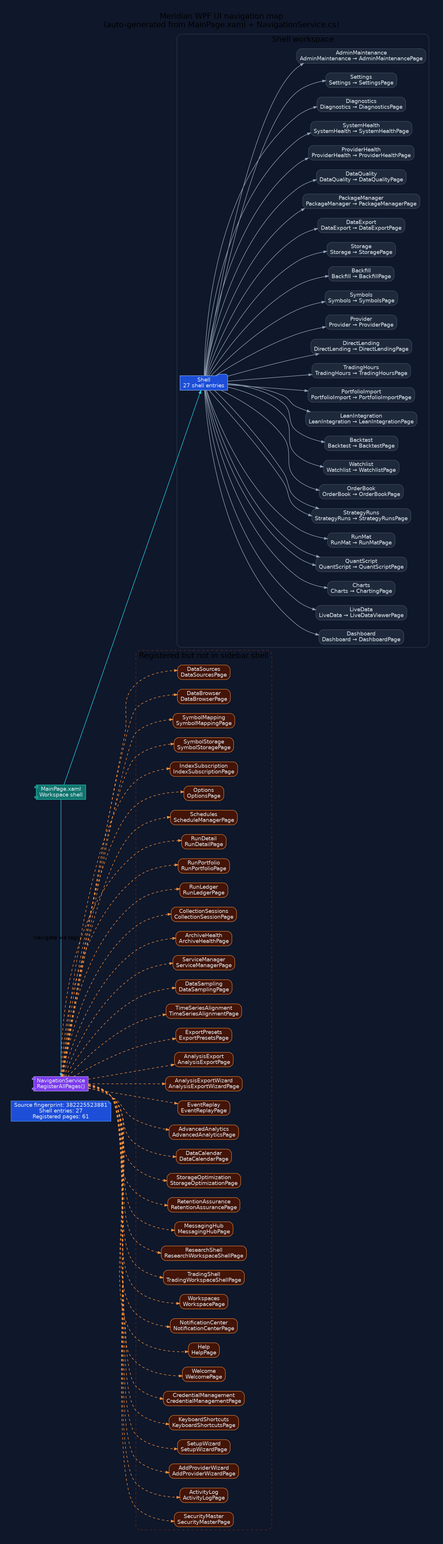
Before: docs/diagrams/ui-navigation-map.png, a diagram exported from Graphviz (rodoHasArrived/Meridian-main). Its source is kept beside it as docs/diagrams/ui-navigation-map.dot.
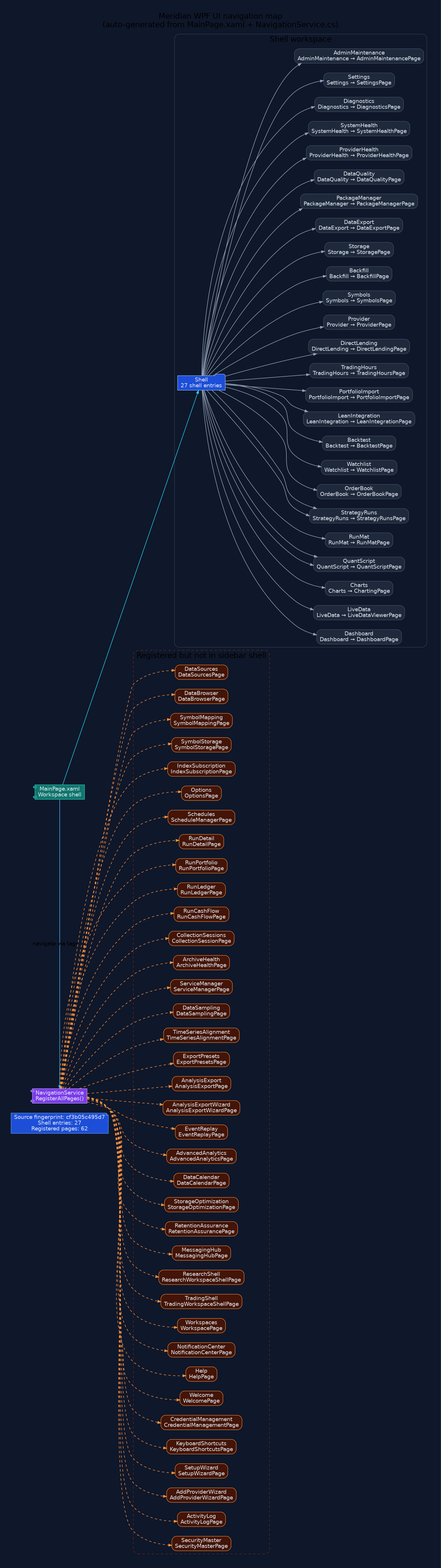
Later version of the same file.

What changed in the source:
```diff
@@ -13,7 +13,7 @@
   node [fontname="Segoe UI", shape=box, style="rounded,filled", color="#475569", fontcolor="#e2e8f0", fillcolor="#1e293b"];
   edge [fontname="Segoe UI", color="#94a3b8", penwidth=1.3, arrowsize=0.8];
 
-  generated [shape=note, fillcolor="#1d4ed8", color="#60a5fa", label="Source fingerprint: 382225523881\nShell entries: 27\nRegistered pages: 61"];
+  generated [shape=note, fillcolor="#1d4ed8", color="#60a5fa", label="Source fingerprint: cf3b05c495d7\nShell entries: 27\nRegistered pages: 62"];
   shell [shape=component, fillcolor="#0f766e", color="#2dd4bf", label="MainPage.xaml\nWorkspace shell"];
   navigation [shape=component, fillcolor="#7c3aed", color="#c4b5fd", label="NavigationService\nRegisterAllPages()"];
   shell -> navigation [label="navigate via tags", color="#38bdf8"];
@@ -104,6 +104,8 @@
     navigation -> hidden_RunPortfolio [style=dashed, color="#fb923c"];
     hidden_RunLedger [label="RunLedger\nRunLedgerPage", fillcolor="#431407", color="#fb923c"];
     navigation -> hidden_RunLedger [style=dashed, color="#fb923c"];
+    hidden_RunCashFlow [label="RunCashFlow\nRunCashFlowPage", fillcolor="#431407", color="#fb923c"];
+    navigation -> hidden_RunCashFlow [style=dashed, color="#fb923c"];
     hidden_CollectionSessions [label="CollectionSessions\nCollectionSessionPage", fillcolor="#431407", color="#fb923c"];
     navigation -> hidden_CollectionSessions [style=dashed, color="#fb923c"];
     hidden_ArchiveHealth [label="ArchiveHealth\nArchiveHealthPage", fillcolor="#431407", color="#fb923c"];
```
